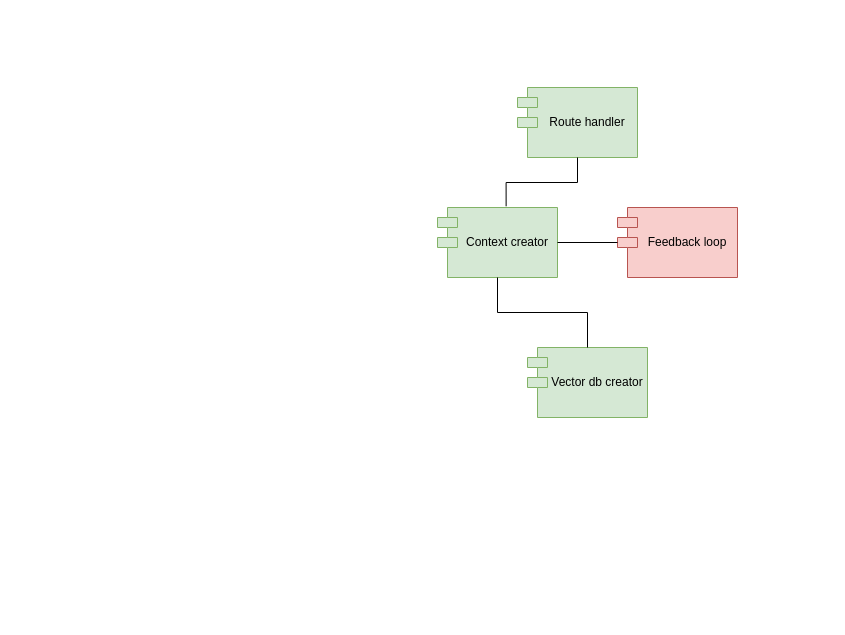
Before: diagrams/Architecture.drawio in xivind/sandbox, a draw.io diagram. Source tidied: cells renumbered, new cells numbered last; positions are measured from the earlier drawing's top-left corner, leaving out a move shared by most shapes. Both pictures are drawn from the tidied source at 100%, with x=0, y=0 at pixel (437, 87).
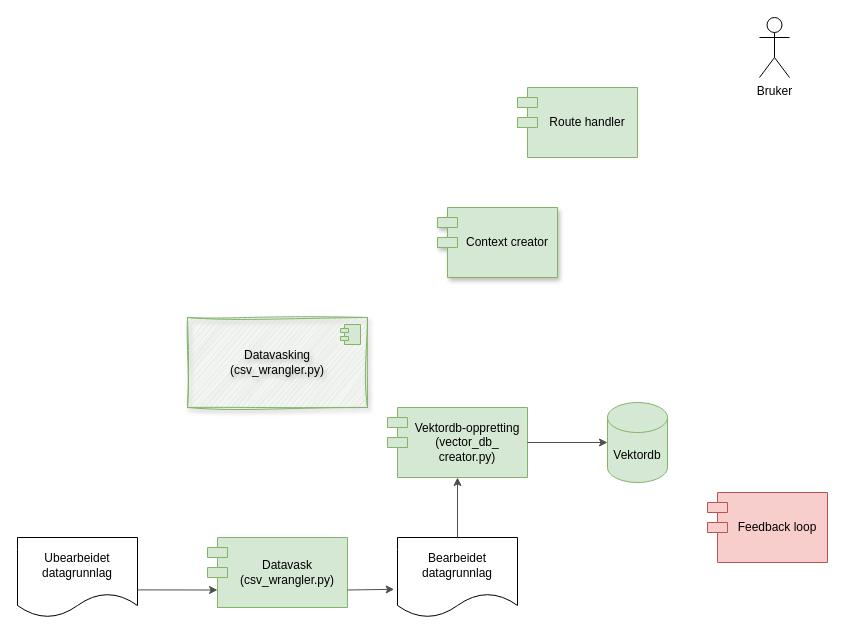
The same diagram, later.

The edit, as a diff of the source:
```diff
@@
 <mxGraphModel>
   <root>
     <mxCell id="0" />
     <mxCell id="1" parent="0" />
     <mxCell id="2" value="Route handler" style="shape=module;align=left;spacingLeft=20;align=center;verticalAlign=middle;whiteSpace=wrap;html=1;fillColor=#d5e8d4;strokeColor=#82b366;" parent="1" vertex="1">
       <mxGeometry x="80" width="120" height="70" as="geometry" />
     </mxCell>
-    <mxCell id="3" value="Vector db creator" style="shape=module;align=left;spacingLeft=20;align=center;verticalAlign=middle;whiteSpace=wrap;html=1;fillColor=#d5e8d4;strokeColor=#82b366;" parent="1" vertex="1">
-      <mxGeometry x="90" y="260" width="120" height="70" as="geometry" />
-    </mxCell>
-    <mxCell id="4" value="Context creator" style="shape=module;align=left;spacingLeft=20;align=center;verticalAlign=middle;whiteSpace=wrap;html=1;fillColor=#d5e8d4;strokeColor=#82b366;" parent="1" vertex="1">
+    <mxCell id="4" value="Context creator" style="shape=module;align=left;spacingLeft=20;align=center;verticalAlign=middle;whiteSpace=wrap;html=1;fillColor=#d5e8d4;strokeColor=#82b366;shadow=1;" parent="1" vertex="1">
       <mxGeometry y="120" width="120" height="70" as="geometry" />
     </mxCell>
     <mxCell id="5" value="Feedback loop" style="shape=module;align=left;spacingLeft=20;align=center;verticalAlign=middle;whiteSpace=wrap;html=1;fillColor=#f8cecc;strokeColor=#b85450;" parent="1" vertex="1">
-      <mxGeometry x="180" y="120" width="120" height="70" as="geometry" />
+      <mxGeometry x="270" y="405" width="120" height="70" as="geometry" />
     </mxCell>
-    <mxCell id="6" style="endArrow=none;html=1;rounded=0;entryX=0.5;entryY=1;entryDx=0;entryDy=0;exitX=0.5;exitY=0;exitDx=0;exitDy=0;edgeStyle=orthogonalEdgeStyle;" parent="1" edge="1" source="3" target="4">
-      <mxGeometry relative="1" as="geometry" />
-    </mxCell>
-    <mxCell id="7" style="endArrow=none;html=1;rounded=0;entryX=0.5;entryY=1;entryDx=0;entryDy=0;exitX=0.572;exitY=-0.017;exitDx=0;exitDy=0;exitPerimeter=0;edgeStyle=orthogonalEdgeStyle;" parent="1" edge="1" source="4" target="2">
-      <mxGeometry relative="1" as="geometry" />
-    </mxCell>
-    <mxCell id="8" style="endArrow=none;html=1;rounded=0;exitX=1;exitY=0.5;exitDx=0;exitDy=0;entryX=0;entryY=0;entryDx=0;entryDy=35;entryPerimeter=0;" parent="1" edge="1" source="4" target="5">
-      <mxGeometry relative="1" as="geometry" />
-    </mxCell>
+    <mxCell id="9" value="Vektordb" style="shape=cylinder3;whiteSpace=wrap;html=1;boundedLbl=1;backgroundOutline=1;size=15;fillColor=#d5e8d4;strokeColor=#82b366;" parent="1" vertex="1">
+      <mxGeometry x="170" y="315" width="60" height="80" as="geometry" />
+    </mxCell>
+    <mxCell id="10" value="Ubearbeidet datagrunnlag" style="shape=document;whiteSpace=wrap;html=1;boundedLbl=1;" parent="1" vertex="1">
+      <mxGeometry x="-420" y="450" width="120" height="80" as="geometry" />
+    </mxCell>
+    <mxCell id="11" value="&lt;div&gt;Datavask&lt;/div&gt;(csv_wrangler.py)" style="shape=module;align=left;spacingLeft=20;align=center;verticalAlign=middle;whiteSpace=wrap;html=1;fillColor=#d5e8d4;strokeColor=#82b366;" parent="1" vertex="1">
+      <mxGeometry x="-230" y="450" width="140" height="70" as="geometry" />
+    </mxCell>
+    <mxCell id="12" value="Bruker" style="shape=umlActor;verticalLabelPosition=bottom;verticalAlign=top;html=1;" parent="1" vertex="1">
+      <mxGeometry x="322" y="-70" width="30" height="60" as="geometry" />
+    </mxCell>
+    <mxCell id="13" style="endArrow=classic;html=1;rounded=0;exitX=0.999;exitY=0.655;exitDx=0;exitDy=0;entryX=0;entryY=0.75;entryDx=10;entryDy=0;entryPerimeter=0;exitPerimeter=0;strokeColor=#4F4F4F;" parent="1" edge="1" source="10" target="11">
+      <mxGeometry relative="1" as="geometry" />
+    </mxCell>
+    <mxCell id="14" value="Bearbeidet datagrunnlag" style="shape=document;whiteSpace=wrap;html=1;boundedLbl=1;" parent="1" vertex="1">
+      <mxGeometry x="-40" y="450" width="120" height="80" as="geometry" />
+    </mxCell>
+    <mxCell id="15" style="endArrow=classic;html=1;rounded=0;exitX=1;exitY=0.75;exitDx=0;exitDy=0;entryX=-0.028;entryY=0.648;entryDx=0;entryDy=0;strokeColor=#4F4F4F;entryPerimeter=0;" parent="1" edge="1" source="11" target="14">
+      <mxGeometry relative="1" as="geometry" />
+    </mxCell>
+    <mxCell id="16" value="&lt;div&gt;Vektordb-oppretting&lt;/div&gt;(vector_db_&lt;div&gt;creator.py)&lt;/div&gt;" style="shape=module;align=left;spacingLeft=20;align=center;verticalAlign=middle;whiteSpace=wrap;html=1;fillColor=#d5e8d4;strokeColor=#82b366;" parent="1" vertex="1">
+      <mxGeometry x="-50" y="320" width="140" height="70" as="geometry" />
+    </mxCell>
+    <mxCell id="17" style="endArrow=classic;html=1;rounded=0;entryX=0.5;entryY=1;entryDx=0;entryDy=0;strokeColor=#4F4F4F;" parent="1" edge="1" source="14" target="16">
+      <mxGeometry relative="1" as="geometry" />
+    </mxCell>
+    <mxCell id="18" style="endArrow=classic;html=1;rounded=0;entryX=0;entryY=0.5;entryDx=0;entryDy=0;strokeColor=#4F4F4F;entryPerimeter=0;exitX=1;exitY=0.5;exitDx=0;exitDy=0;" parent="1" edge="1" source="16" target="9">
+      <mxGeometry relative="1" as="geometry" />
+    </mxCell>
+    <mxCell id="19" value="Datavasking&lt;br&gt;&lt;div&gt;(csv_wrangler.py)&lt;/div&gt;" style="html=1;whiteSpace=wrap;textShadow=1;fillColor=#d5e8d4;strokeColor=#82b366;gradientColor=none;sketch=1;curveFitting=1;jiggle=2;shadow=1;" parent="1" vertex="1">
+      <mxGeometry x="-250" y="230" width="180" height="90" as="geometry" />
+    </mxCell>
+    <mxCell id="20" style="shape=module;jettyWidth=8;jettyHeight=4;fillColor=#d5e8d4;strokeColor=#82b366;" parent="19" vertex="1">
+      <mxGeometry x="1" width="20" height="20" relative="1" as="geometry">
+        <mxPoint x="-27" y="7" as="offset" />
+      </mxGeometry>
+    </mxCell>
   </root>
 </mxGraphModel>
```
